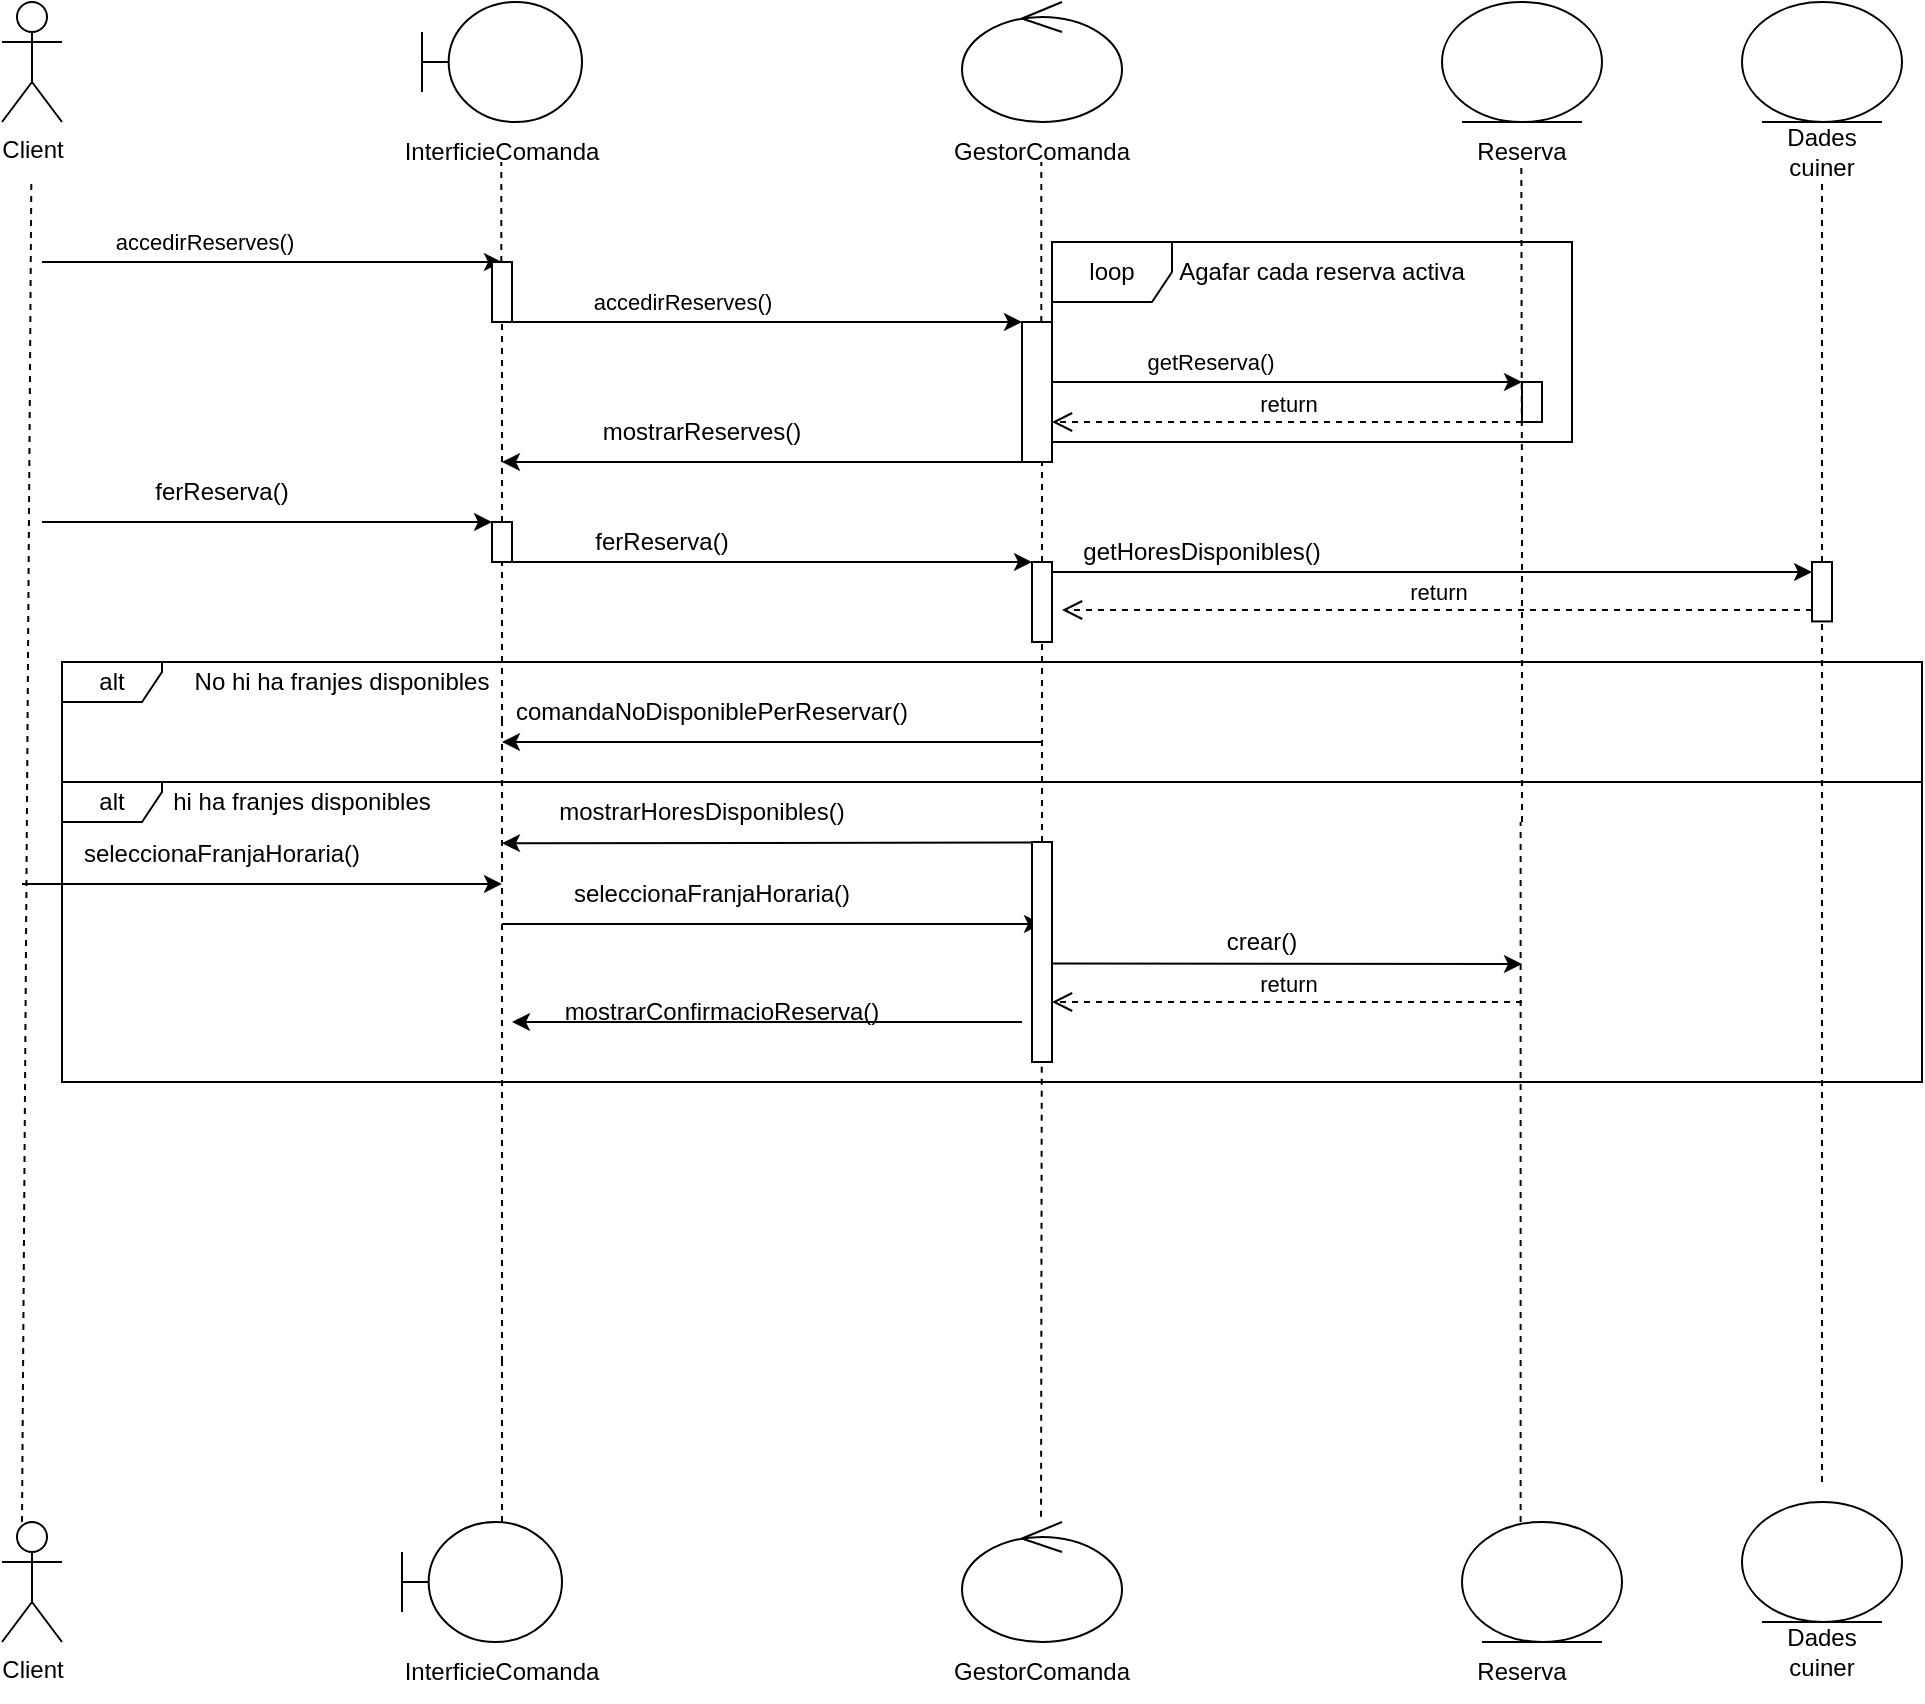
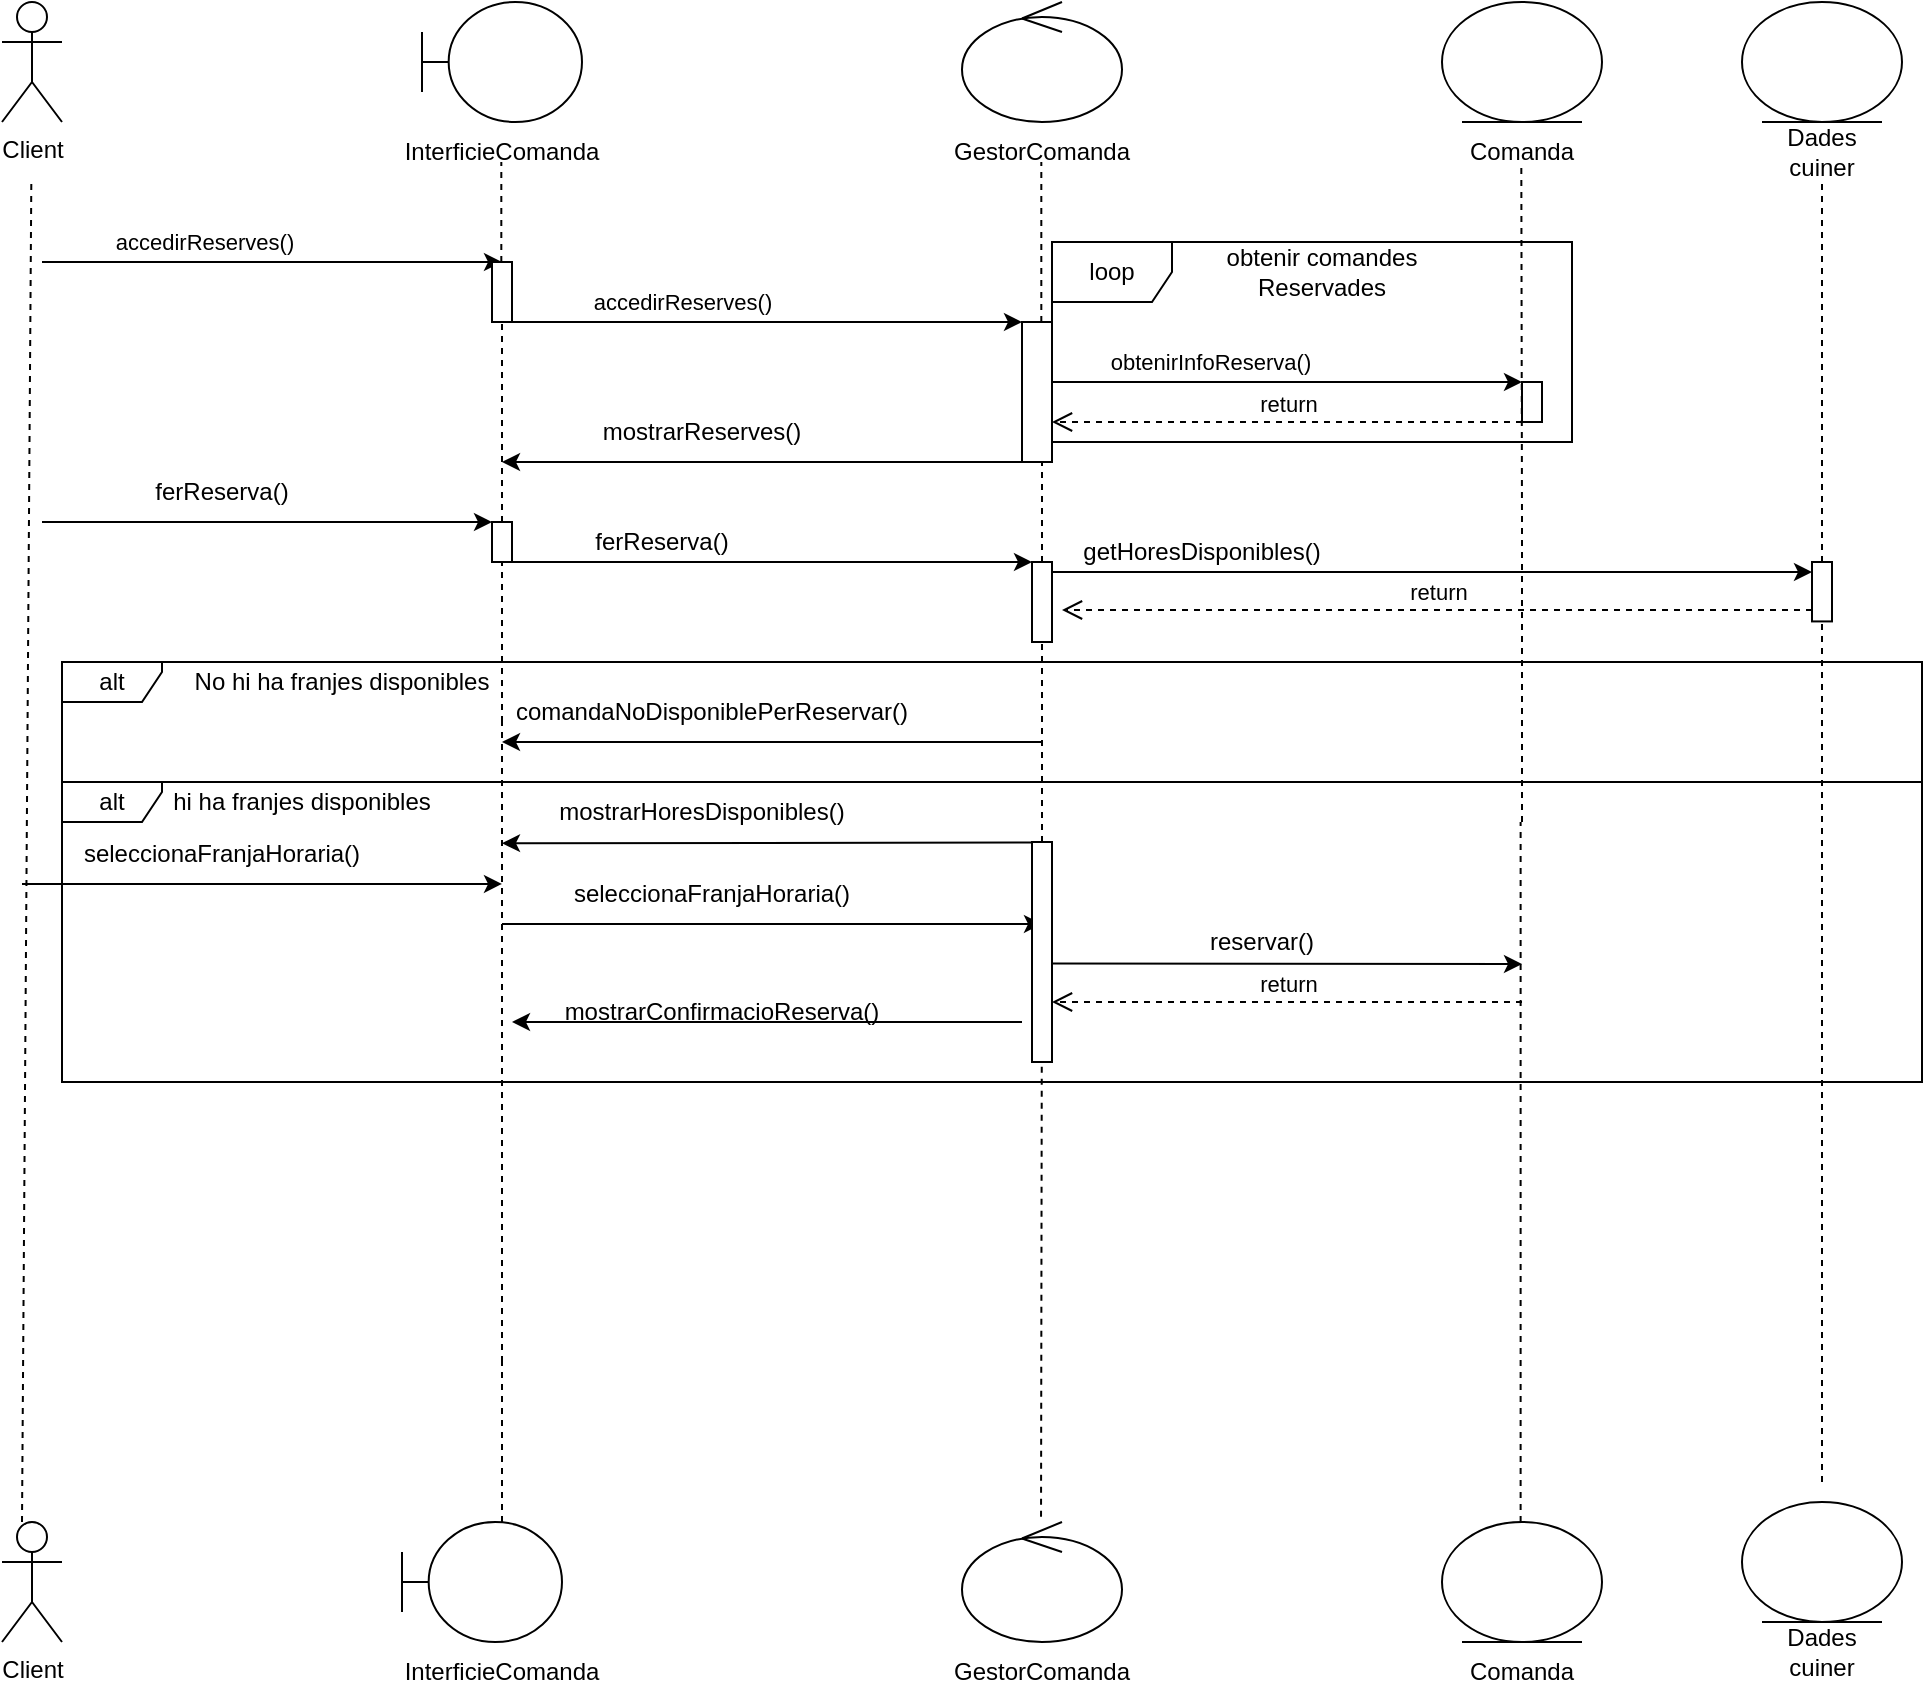
<mxfile host="Electron">
  <diagram name="Página-1" id="TxmDVclD_p9O7EYfB0BK">
-     <mxGraphModel dx="1824" dy="1185" grid="1" gridSize="10" guides="1" tooltips="1" connect="1" arrows="1" fold="1" page="1" pageScale="1" pageWidth="827" pageHeight="1169" math="0" shadow="0">
+     <mxGraphModel dx="1688" dy="1001" grid="1" gridSize="10" guides="1" tooltips="1" connect="1" arrows="1" fold="1" page="1" pageScale="1" pageWidth="827" pageHeight="1169" math="0" shadow="0">
      <root>
        <mxCell id="0" />
        <mxCell id="1" parent="0" />
        <mxCell id="XBYXMCrD7QE5n-aeFItB-1" parent="1" style="shape=umlActor;verticalLabelPosition=bottom;verticalAlign=top;html=1;outlineConnect=0;" value="Client" vertex="1">
          <mxGeometry height="60" width="30" x="60" y="70" as="geometry" />
        </mxCell>
        <mxCell id="XBYXMCrD7QE5n-aeFItB-2" edge="1" parent="1" style="endArrow=none;dashed=1;html=1;rounded=0;" value="">
          <mxGeometry height="50" relative="1" width="50" as="geometry">
            <mxPoint x="70" y="830" as="sourcePoint" />
            <mxPoint x="74.66" y="160" as="targetPoint" />
          </mxGeometry>
        </mxCell>
        <mxCell id="XBYXMCrD7QE5n-aeFItB-3" edge="1" parent="1" style="endArrow=classic;html=1;rounded=0;" value="">
          <mxGeometry height="50" relative="1" width="50" as="geometry">
            <mxPoint x="80" y="200" as="sourcePoint" />
            <mxPoint x="310" y="200" as="targetPoint" />
          </mxGeometry>
        </mxCell>
        <mxCell id="XBYXMCrD7QE5n-aeFItB-4" connectable="0" parent="XBYXMCrD7QE5n-aeFItB-3" style="edgeLabel;html=1;align=center;verticalAlign=middle;resizable=0;points=[];" value="&lt;font&gt;accedirReserves()&lt;/font&gt;" vertex="1">
          <mxGeometry relative="1" x="-0.4023" as="geometry">
            <mxPoint x="12" y="-10" as="offset" />
          </mxGeometry>
        </mxCell>
        <mxCell id="XBYXMCrD7QE5n-aeFItB-5" parent="1" style="shape=umlBoundary;whiteSpace=wrap;html=1;" value="" vertex="1">
          <mxGeometry height="60" width="80" x="270" y="70" as="geometry" />
        </mxCell>
        <mxCell id="XBYXMCrD7QE5n-aeFItB-6" parent="1" style="ellipse;shape=umlControl;whiteSpace=wrap;html=1;rotation=0;" value="" vertex="1">
          <mxGeometry height="60" width="80" x="540" y="70" as="geometry" />
        </mxCell>
        <mxCell id="XBYXMCrD7QE5n-aeFItB-7" parent="1" style="ellipse;shape=umlEntity;whiteSpace=wrap;html=1;" value="" vertex="1">
          <mxGeometry height="60" width="80" x="780" y="70" as="geometry" />
        </mxCell>
        <mxCell id="XBYXMCrD7QE5n-aeFItB-8" parent="1" style="text;html=1;whiteSpace=wrap;strokeColor=none;fillColor=none;align=center;verticalAlign=middle;rounded=0;" value="InterficieComanda" vertex="1">
          <mxGeometry height="30" width="60" x="280" y="130" as="geometry" />
        </mxCell>
        <mxCell id="XBYXMCrD7QE5n-aeFItB-9" parent="1" style="text;html=1;whiteSpace=wrap;strokeColor=none;fillColor=none;align=center;verticalAlign=middle;rounded=0;" value="GestorComanda" vertex="1">
          <mxGeometry height="30" width="60" x="550" y="130" as="geometry" />
        </mxCell>
-         <mxCell id="XBYXMCrD7QE5n-aeFItB-10" parent="1" style="text;html=1;whiteSpace=wrap;strokeColor=none;fillColor=none;align=center;verticalAlign=middle;rounded=0;" value="Reserva" vertex="1">
+         <mxCell id="XBYXMCrD7QE5n-aeFItB-10" parent="1" style="text;html=1;whiteSpace=wrap;strokeColor=none;fillColor=none;align=center;verticalAlign=middle;rounded=0;" value="Comanda" vertex="1">
          <mxGeometry height="30" width="60" x="790" y="130" as="geometry" />
        </mxCell>
        <mxCell id="XBYXMCrD7QE5n-aeFItB-11" edge="1" parent="1" source="XBYXMCrD7QE5n-aeFItB-19" style="endArrow=none;dashed=1;html=1;rounded=0;" value="">
          <mxGeometry height="50" relative="1" width="50" as="geometry">
            <mxPoint x="309.65999999999997" y="450" as="sourcePoint" />
            <mxPoint x="309.65999999999997" y="150" as="targetPoint" />
          </mxGeometry>
        </mxCell>
        <mxCell id="XBYXMCrD7QE5n-aeFItB-12" edge="1" parent="1" source="XBYXMCrD7QE5n-aeFItB-21" style="endArrow=none;dashed=1;html=1;rounded=0;" value="">
          <mxGeometry height="50" relative="1" width="50" as="geometry">
            <mxPoint x="579.66" y="450" as="sourcePoint" />
            <mxPoint x="579.66" y="150" as="targetPoint" />
          </mxGeometry>
        </mxCell>
        <mxCell id="XBYXMCrD7QE5n-aeFItB-13" edge="1" parent="1" style="endArrow=none;dashed=1;html=1;rounded=0;" value="">
          <mxGeometry height="50" relative="1" width="50" as="geometry">
            <mxPoint x="820" y="330" as="sourcePoint" />
            <mxPoint x="819.66" y="150" as="targetPoint" />
          </mxGeometry>
        </mxCell>
        <mxCell id="XBYXMCrD7QE5n-aeFItB-14" edge="1" parent="1" style="endArrow=classic;html=1;rounded=0;" target="XBYXMCrD7QE5n-aeFItB-21" value="">
          <mxGeometry height="50" relative="1" width="50" as="geometry">
            <mxPoint x="310" y="230" as="sourcePoint" />
            <mxPoint x="580" y="230" as="targetPoint" />
          </mxGeometry>
        </mxCell>
        <mxCell id="XBYXMCrD7QE5n-aeFItB-15" connectable="0" parent="XBYXMCrD7QE5n-aeFItB-14" style="edgeLabel;html=1;align=center;verticalAlign=middle;resizable=0;points=[];" value="&lt;font&gt;accedirReserves()&lt;/font&gt;" vertex="1">
          <mxGeometry relative="1" x="-0.4023" as="geometry">
            <mxPoint x="12" y="-10" as="offset" />
          </mxGeometry>
        </mxCell>
        <mxCell id="XBYXMCrD7QE5n-aeFItB-16" edge="1" parent="1" style="endArrow=classic;html=1;rounded=0;" value="">
          <mxGeometry height="50" relative="1" width="50" as="geometry">
            <mxPoint x="580" y="260" as="sourcePoint" />
            <mxPoint x="820" y="260" as="targetPoint" />
          </mxGeometry>
        </mxCell>
-         <mxCell id="XBYXMCrD7QE5n-aeFItB-17" connectable="0" parent="XBYXMCrD7QE5n-aeFItB-16" style="edgeLabel;html=1;align=center;verticalAlign=middle;resizable=0;points=[];" value="&lt;font&gt;getReserva()&lt;/font&gt;" vertex="1">
+         <mxCell id="XBYXMCrD7QE5n-aeFItB-17" connectable="0" parent="XBYXMCrD7QE5n-aeFItB-16" style="edgeLabel;html=1;align=center;verticalAlign=middle;resizable=0;points=[];" value="&lt;font&gt;obtenirInfoReserva()&lt;/font&gt;" vertex="1">
          <mxGeometry relative="1" x="-0.4023" as="geometry">
            <mxPoint x="12" y="-10" as="offset" />
          </mxGeometry>
        </mxCell>
        <mxCell id="XBYXMCrD7QE5n-aeFItB-18" edge="1" parent="1" source="XBYXMCrD7QE5n-aeFItB-28" style="endArrow=none;dashed=1;html=1;rounded=0;" target="XBYXMCrD7QE5n-aeFItB-19" value="">
          <mxGeometry height="50" relative="1" width="50" as="geometry">
            <mxPoint x="309.65999999999997" y="450" as="sourcePoint" />
            <mxPoint x="309.65999999999997" y="150" as="targetPoint" />
          </mxGeometry>
        </mxCell>
        <mxCell id="XBYXMCrD7QE5n-aeFItB-19" parent="1" style="html=1;points=[[0,0,0,0,5],[0,1,0,0,-5],[1,0,0,0,5],[1,1,0,0,-5]];perimeter=orthogonalPerimeter;outlineConnect=0;targetShapes=umlLifeline;portConstraint=eastwest;newEdgeStyle={&quot;curved&quot;:0,&quot;rounded&quot;:0};" value="" vertex="1">
          <mxGeometry height="30" width="10" x="305" y="200" as="geometry" />
        </mxCell>
        <mxCell id="XBYXMCrD7QE5n-aeFItB-20" edge="1" parent="1" source="XBYXMCrD7QE5n-aeFItB-32" style="endArrow=none;dashed=1;html=1;rounded=0;" target="XBYXMCrD7QE5n-aeFItB-21" value="">
          <mxGeometry height="50" relative="1" width="50" as="geometry">
            <mxPoint x="579.66" y="450" as="sourcePoint" />
            <mxPoint x="579.66" y="150" as="targetPoint" />
          </mxGeometry>
        </mxCell>
        <mxCell id="XBYXMCrD7QE5n-aeFItB-21" parent="1" style="html=1;points=[[0,0,0,0,5],[0,1,0,0,-5],[1,0,0,0,5],[1,1,0,0,-5]];perimeter=orthogonalPerimeter;outlineConnect=0;targetShapes=umlLifeline;portConstraint=eastwest;newEdgeStyle={&quot;curved&quot;:0,&quot;rounded&quot;:0};" value="" vertex="1">
          <mxGeometry height="70" width="15" x="570" y="230" as="geometry" />
        </mxCell>
        <mxCell id="XBYXMCrD7QE5n-aeFItB-22" edge="1" parent="1" style="html=1;verticalAlign=bottom;endArrow=open;dashed=1;endSize=8;curved=0;rounded=0;" target="XBYXMCrD7QE5n-aeFItB-21" value="return">
          <mxGeometry relative="1" as="geometry">
            <mxPoint x="820" y="280" as="sourcePoint" />
            <mxPoint x="740" y="280" as="targetPoint" />
          </mxGeometry>
        </mxCell>
        <mxCell id="XBYXMCrD7QE5n-aeFItB-23" edge="1" parent="1" style="endArrow=classic;html=1;rounded=0;" value="">
          <mxGeometry height="50" relative="1" width="50" as="geometry">
            <mxPoint x="570" y="300" as="sourcePoint" />
            <mxPoint x="310" y="300" as="targetPoint" />
          </mxGeometry>
        </mxCell>
        <mxCell id="XBYXMCrD7QE5n-aeFItB-24" parent="1" style="text;html=1;whiteSpace=wrap;strokeColor=none;fillColor=none;align=center;verticalAlign=middle;rounded=0;" value="mostrarReserves()" vertex="1">
          <mxGeometry height="30" width="60" x="380" y="270" as="geometry" />
        </mxCell>
        <mxCell id="XBYXMCrD7QE5n-aeFItB-25" edge="1" parent="1" style="endArrow=classic;html=1;rounded=0;" target="XBYXMCrD7QE5n-aeFItB-28" value="">
          <mxGeometry height="50" relative="1" width="50" as="geometry">
            <mxPoint x="80" y="330" as="sourcePoint" />
            <mxPoint x="300" y="330" as="targetPoint" />
          </mxGeometry>
        </mxCell>
        <mxCell id="XBYXMCrD7QE5n-aeFItB-26" parent="1" style="text;html=1;whiteSpace=wrap;strokeColor=none;fillColor=none;align=center;verticalAlign=middle;rounded=0;" value="ferReserva()" vertex="1">
          <mxGeometry height="30" width="60" x="140" y="300" as="geometry" />
        </mxCell>
        <mxCell id="XBYXMCrD7QE5n-aeFItB-27" edge="1" parent="1" style="endArrow=none;dashed=1;html=1;rounded=0;" target="XBYXMCrD7QE5n-aeFItB-28" value="">
          <mxGeometry height="50" relative="1" width="50" as="geometry">
            <mxPoint x="310" y="430" as="sourcePoint" />
            <mxPoint x="310" y="230" as="targetPoint" />
          </mxGeometry>
        </mxCell>
        <mxCell id="XBYXMCrD7QE5n-aeFItB-28" parent="1" style="html=1;points=[[0,0,0,0,5],[0,1,0,0,-5],[1,0,0,0,5],[1,1,0,0,-5]];perimeter=orthogonalPerimeter;outlineConnect=0;targetShapes=umlLifeline;portConstraint=eastwest;newEdgeStyle={&quot;curved&quot;:0,&quot;rounded&quot;:0};" value="" vertex="1">
          <mxGeometry height="20" width="10" x="305" y="330" as="geometry" />
        </mxCell>
        <mxCell id="XBYXMCrD7QE5n-aeFItB-29" edge="1" parent="1" style="endArrow=classic;html=1;rounded=0;" target="XBYXMCrD7QE5n-aeFItB-32" value="">
          <mxGeometry height="50" relative="1" width="50" as="geometry">
            <mxPoint x="314" y="350" as="sourcePoint" />
            <mxPoint x="580" y="350" as="targetPoint" />
          </mxGeometry>
        </mxCell>
        <mxCell id="XBYXMCrD7QE5n-aeFItB-30" parent="1" style="text;html=1;whiteSpace=wrap;strokeColor=none;fillColor=none;align=center;verticalAlign=middle;rounded=0;" value="ferReserva()" vertex="1">
          <mxGeometry height="30" width="60" x="360" y="325" as="geometry" />
        </mxCell>
        <mxCell id="XBYXMCrD7QE5n-aeFItB-31" edge="1" parent="1" source="XBYXMCrD7QE5n-aeFItB-68" style="endArrow=none;dashed=1;html=1;rounded=0;" target="XBYXMCrD7QE5n-aeFItB-32" value="">
          <mxGeometry height="50" relative="1" width="50" as="geometry">
            <mxPoint x="580" y="540" as="sourcePoint" />
            <mxPoint x="580" y="300" as="targetPoint" />
          </mxGeometry>
        </mxCell>
        <mxCell id="XBYXMCrD7QE5n-aeFItB-32" parent="1" style="html=1;points=[[0,0,0,0,5],[0,1,0,0,-5],[1,0,0,0,5],[1,1,0,0,-5]];perimeter=orthogonalPerimeter;outlineConnect=0;targetShapes=umlLifeline;portConstraint=eastwest;newEdgeStyle={&quot;curved&quot;:0,&quot;rounded&quot;:0};" value="" vertex="1">
          <mxGeometry height="40" width="10" x="575" y="350" as="geometry" />
        </mxCell>
        <mxCell id="XBYXMCrD7QE5n-aeFItB-35" parent="1" style="html=1;points=[[0,0,0,0,5],[0,1,0,0,-5],[1,0,0,0,5],[1,1,0,0,-5]];perimeter=orthogonalPerimeter;outlineConnect=0;targetShapes=umlLifeline;portConstraint=eastwest;newEdgeStyle={&quot;curved&quot;:0,&quot;rounded&quot;:0};" value="" vertex="1">
          <mxGeometry height="20" width="10" x="820" y="260" as="geometry" />
        </mxCell>
        <mxCell id="XBYXMCrD7QE5n-aeFItB-36" edge="1" parent="1" style="endArrow=none;dashed=1;html=1;rounded=0;" value="">
          <mxGeometry height="50" relative="1" width="50" as="geometry">
            <mxPoint x="820" y="480" as="sourcePoint" />
            <mxPoint x="820" y="325" as="targetPoint" />
          </mxGeometry>
        </mxCell>
        <mxCell id="XBYXMCrD7QE5n-aeFItB-38" edge="1" parent="1" source="XBYXMCrD7QE5n-aeFItB-37" style="html=1;verticalAlign=bottom;endArrow=open;dashed=1;endSize=8;curved=0;rounded=0;entryX=1.5;entryY=0.6;entryDx=0;entryDy=0;entryPerimeter=0;" target="XBYXMCrD7QE5n-aeFItB-32" value="return">
          <mxGeometry relative="1" as="geometry">
            <mxPoint x="815" y="380" as="sourcePoint" />
            <mxPoint x="735" y="380" as="targetPoint" />
          </mxGeometry>
        </mxCell>
        <mxCell id="XBYXMCrD7QE5n-aeFItB-39" edge="1" parent="1" style="endArrow=classic;html=1;rounded=0;" value="">
          <mxGeometry height="50" relative="1" width="50" as="geometry">
            <mxPoint x="575" y="490.29000000000013" as="sourcePoint" />
            <mxPoint x="310" y="490.5800000000001" as="targetPoint" />
          </mxGeometry>
        </mxCell>
        <mxCell id="XBYXMCrD7QE5n-aeFItB-40" parent="1" style="text;html=1;whiteSpace=wrap;strokeColor=none;fillColor=none;align=center;verticalAlign=middle;rounded=0;" value="mostrarHoresDisponibles()" vertex="1">
          <mxGeometry height="30" width="60" x="380" y="460.00000000000006" as="geometry" />
        </mxCell>
        <mxCell id="XBYXMCrD7QE5n-aeFItB-43" edge="1" parent="1" style="endArrow=none;dashed=1;html=1;rounded=0;" value="">
          <mxGeometry height="50" relative="1" width="50" as="geometry">
            <mxPoint x="309.9999999999998" y="570" as="sourcePoint" />
            <mxPoint x="310" y="430" as="targetPoint" />
          </mxGeometry>
        </mxCell>
        <mxCell id="XBYXMCrD7QE5n-aeFItB-44" edge="1" parent="1" source="XBYXMCrD7QE5n-aeFItB-82" style="endArrow=none;dashed=1;html=1;rounded=0;exitX=0.494;exitY=-0.044;exitDx=0;exitDy=0;exitPerimeter=0;" value="">
          <mxGeometry height="50" relative="1" width="50" as="geometry">
            <mxPoint x="580" y="690" as="sourcePoint" />
            <mxPoint x="579.9999999999998" y="530" as="targetPoint" />
          </mxGeometry>
        </mxCell>
        <mxCell id="XBYXMCrD7QE5n-aeFItB-48" edge="1" parent="1" style="endArrow=none;dashed=1;html=1;rounded=0;" value="">
          <mxGeometry height="50" relative="1" width="50" as="geometry">
            <mxPoint x="819.31" y="830" as="sourcePoint" />
            <mxPoint x="819.3100000000002" y="480" as="targetPoint" />
          </mxGeometry>
        </mxCell>
        <mxCell id="XBYXMCrD7QE5n-aeFItB-65" edge="1" parent="1" style="endArrow=none;dashed=1;html=1;rounded=0;" value="">
          <mxGeometry height="50" relative="1" width="50" as="geometry">
            <mxPoint x="310" y="750" as="sourcePoint" />
            <mxPoint x="310" y="570" as="targetPoint" />
          </mxGeometry>
        </mxCell>
        <mxCell id="XBYXMCrD7QE5n-aeFItB-78" edge="1" parent="1" style="endArrow=none;dashed=1;html=1;rounded=0;" value="">
          <mxGeometry height="50" relative="1" width="50" as="geometry">
            <mxPoint x="310" y="830" as="sourcePoint" />
            <mxPoint x="310" y="750" as="targetPoint" />
          </mxGeometry>
        </mxCell>
        <mxCell id="XBYXMCrD7QE5n-aeFItB-80" parent="1" style="shape=umlActor;verticalLabelPosition=bottom;verticalAlign=top;html=1;outlineConnect=0;" value="Client" vertex="1">
          <mxGeometry height="60" width="30" x="60" y="830" as="geometry" />
        </mxCell>
        <mxCell id="XBYXMCrD7QE5n-aeFItB-81" parent="1" style="shape=umlBoundary;whiteSpace=wrap;html=1;" value="" vertex="1">
          <mxGeometry height="60" width="80" x="260" y="830" as="geometry" />
        </mxCell>
        <mxCell id="XBYXMCrD7QE5n-aeFItB-82" parent="1" style="ellipse;shape=umlControl;whiteSpace=wrap;html=1;rotation=0;" value="" vertex="1">
          <mxGeometry height="60" width="80" x="540" y="830" as="geometry" />
        </mxCell>
        <mxCell id="XBYXMCrD7QE5n-aeFItB-83" parent="1" style="ellipse;shape=umlEntity;whiteSpace=wrap;html=1;" value="" vertex="1">
-           <mxGeometry height="60" width="80" x="790" y="830" as="geometry" />
+           <mxGeometry height="60" width="80" x="780" y="830" as="geometry" />
        </mxCell>
        <mxCell id="XBYXMCrD7QE5n-aeFItB-84" parent="1" style="text;html=1;whiteSpace=wrap;strokeColor=none;fillColor=none;align=center;verticalAlign=middle;rounded=0;" value="InterficieComanda" vertex="1">
          <mxGeometry height="30" width="60" x="280" y="890" as="geometry" />
        </mxCell>
        <mxCell id="XBYXMCrD7QE5n-aeFItB-85" parent="1" style="text;html=1;whiteSpace=wrap;strokeColor=none;fillColor=none;align=center;verticalAlign=middle;rounded=0;" value="GestorComanda" vertex="1">
          <mxGeometry height="30" width="60" x="550" y="890" as="geometry" />
        </mxCell>
-         <mxCell id="XBYXMCrD7QE5n-aeFItB-86" parent="1" style="text;html=1;whiteSpace=wrap;strokeColor=none;fillColor=none;align=center;verticalAlign=middle;rounded=0;" value="Reserva" vertex="1">
+         <mxCell id="XBYXMCrD7QE5n-aeFItB-86" parent="1" style="text;html=1;whiteSpace=wrap;strokeColor=none;fillColor=none;align=center;verticalAlign=middle;rounded=0;" value="Comanda" vertex="1">
          <mxGeometry height="30" width="60" x="790" y="890" as="geometry" />
        </mxCell>
        <mxCell id="XBYXMCrD7QE5n-aeFItB-90" parent="1" style="ellipse;shape=umlEntity;whiteSpace=wrap;html=1;" value="" vertex="1">
          <mxGeometry height="60" width="80" x="930" y="70" as="geometry" />
        </mxCell>
        <mxCell id="XBYXMCrD7QE5n-aeFItB-91" parent="1" style="text;html=1;whiteSpace=wrap;strokeColor=none;fillColor=none;align=center;verticalAlign=middle;rounded=0;" value="Dades cuiner" vertex="1">
          <mxGeometry height="30" width="60" x="940" y="130" as="geometry" />
        </mxCell>
        <mxCell id="XBYXMCrD7QE5n-aeFItB-93" parent="1" style="ellipse;shape=umlEntity;whiteSpace=wrap;html=1;" value="" vertex="1">
          <mxGeometry height="60" width="80" x="930" y="820" as="geometry" />
        </mxCell>
        <mxCell id="XBYXMCrD7QE5n-aeFItB-94" parent="1" style="text;html=1;whiteSpace=wrap;strokeColor=none;fillColor=none;align=center;verticalAlign=middle;rounded=0;" value="Dades cuiner" vertex="1">
          <mxGeometry height="30" width="60" x="940" y="880" as="geometry" />
        </mxCell>
        <mxCell id="XBYXMCrD7QE5n-aeFItB-96" edge="1" parent="1" source="XBYXMCrD7QE5n-aeFItB-37" style="endArrow=none;dashed=1;html=1;rounded=0;" value="">
          <mxGeometry height="50" relative="1" width="50" as="geometry">
            <mxPoint x="970" y="810" as="sourcePoint" />
            <mxPoint x="970" y="160" as="targetPoint" />
          </mxGeometry>
        </mxCell>
        <mxCell id="XBYXMCrD7QE5n-aeFItB-97" parent="1" style="shape=umlFrame;whiteSpace=wrap;html=1;pointerEvents=0;" value="loop" vertex="1">
          <mxGeometry height="100" width="260" x="585" y="190" as="geometry" />
        </mxCell>
-         <mxCell id="XBYXMCrD7QE5n-aeFItB-98" parent="1" style="text;html=1;whiteSpace=wrap;strokeColor=none;fillColor=none;align=center;verticalAlign=middle;rounded=0;" value="Agafar cada reserva activa" vertex="1">
+         <mxCell id="XBYXMCrD7QE5n-aeFItB-98" parent="1" style="text;html=1;whiteSpace=wrap;strokeColor=none;fillColor=none;align=center;verticalAlign=middle;rounded=0;" value="obtenir comandes Reservades" vertex="1">
          <mxGeometry height="30" width="150" x="645" y="190" as="geometry" />
        </mxCell>
        <mxCell id="XBYXMCrD7QE5n-aeFItB-100" edge="1" parent="1" style="endArrow=none;dashed=1;html=1;rounded=0;" target="XBYXMCrD7QE5n-aeFItB-37" value="">
          <mxGeometry height="50" relative="1" width="50" as="geometry">
            <mxPoint x="970" y="810" as="sourcePoint" />
            <mxPoint x="970" y="160" as="targetPoint" />
          </mxGeometry>
        </mxCell>
        <mxCell id="XBYXMCrD7QE5n-aeFItB-37" parent="1" style="html=1;points=[[0,0,0,0,5],[0,1,0,0,-5],[1,0,0,0,5],[1,1,0,0,-5]];perimeter=orthogonalPerimeter;outlineConnect=0;targetShapes=umlLifeline;portConstraint=eastwest;newEdgeStyle={&quot;curved&quot;:0,&quot;rounded&quot;:0};" value="" vertex="1">
          <mxGeometry height="29.71" width="10" x="965" y="350" as="geometry" />
        </mxCell>
        <mxCell id="XBYXMCrD7QE5n-aeFItB-101" edge="1" parent="1" style="endArrow=none;dashed=1;html=1;rounded=0;" value="">
          <mxGeometry height="50" relative="1" width="50" as="geometry">
            <mxPoint x="820" y="480" as="sourcePoint" />
            <mxPoint x="820" y="480" as="targetPoint" />
          </mxGeometry>
        </mxCell>
        <mxCell id="XBYXMCrD7QE5n-aeFItB-102" edge="1" parent="1" style="endArrow=classic;html=1;rounded=0;entryX=0;entryY=0;entryDx=0;entryDy=5;entryPerimeter=0;" target="XBYXMCrD7QE5n-aeFItB-37" value="">
          <mxGeometry height="50" relative="1" width="50" as="geometry">
            <mxPoint x="585" y="355" as="sourcePoint" />
            <mxPoint x="970" y="360" as="targetPoint" />
          </mxGeometry>
        </mxCell>
        <mxCell id="XBYXMCrD7QE5n-aeFItB-103" parent="1" style="text;html=1;whiteSpace=wrap;strokeColor=none;fillColor=none;align=center;verticalAlign=middle;rounded=0;" value="getHoresDisponibles()" vertex="1">
          <mxGeometry height="30" width="60" x="630" y="330" as="geometry" />
        </mxCell>
        <mxCell id="XBYXMCrD7QE5n-aeFItB-104" edge="1" parent="1" style="endArrow=classic;html=1;rounded=0;" value="">
          <mxGeometry height="50" relative="1" width="50" as="geometry">
            <mxPoint x="70" y="510.97999999999996" as="sourcePoint" />
            <mxPoint x="310" y="510.97999999999996" as="targetPoint" />
          </mxGeometry>
        </mxCell>
        <mxCell id="XBYXMCrD7QE5n-aeFItB-105" parent="1" style="text;html=1;whiteSpace=wrap;strokeColor=none;fillColor=none;align=center;verticalAlign=middle;rounded=0;" value="seleccionaFranjaHoraria()" vertex="1">
          <mxGeometry height="9.71" width="60" x="140" y="490.97999999999996" as="geometry" />
        </mxCell>
        <mxCell id="XBYXMCrD7QE5n-aeFItB-106" edge="1" parent="1" style="endArrow=classic;html=1;rounded=0;" value="">
          <mxGeometry height="50" relative="1" width="50" as="geometry">
            <mxPoint x="310" y="530.9799999999999" as="sourcePoint" />
            <mxPoint x="580" y="530.9799999999999" as="targetPoint" />
          </mxGeometry>
        </mxCell>
        <mxCell id="XBYXMCrD7QE5n-aeFItB-107" parent="1" style="text;html=1;whiteSpace=wrap;strokeColor=none;fillColor=none;align=center;verticalAlign=middle;rounded=0;" value="seleccionaFranjaHoraria()" vertex="1">
          <mxGeometry height="9.71" width="60" x="385" y="510.97999999999996" as="geometry" />
        </mxCell>
        <mxCell id="XBYXMCrD7QE5n-aeFItB-109" parent="1" style="shape=umlFrame;whiteSpace=wrap;html=1;pointerEvents=0;width=50;height=20;" value="alt" vertex="1">
          <mxGeometry height="60" width="930" x="90" y="400" as="geometry" />
        </mxCell>
        <mxCell id="XBYXMCrD7QE5n-aeFItB-110" parent="1" style="text;html=1;whiteSpace=wrap;strokeColor=none;fillColor=none;align=center;verticalAlign=middle;rounded=0;" value="No hi ha franjes disponibles" vertex="1">
          <mxGeometry height="30" width="150" x="155" y="395" as="geometry" />
        </mxCell>
        <mxCell id="XBYXMCrD7QE5n-aeFItB-111" edge="1" parent="1" style="endArrow=classic;html=1;rounded=0;" value="">
          <mxGeometry height="50" relative="1" width="50" as="geometry">
            <mxPoint x="580" y="440" as="sourcePoint" />
            <mxPoint x="310" y="440" as="targetPoint" />
          </mxGeometry>
        </mxCell>
        <mxCell id="XBYXMCrD7QE5n-aeFItB-112" parent="1" style="text;html=1;whiteSpace=wrap;strokeColor=none;fillColor=none;align=center;verticalAlign=middle;rounded=0;" value="comandaNoDisponiblePerReservar()" vertex="1">
          <mxGeometry height="30" width="60" x="385" y="410" as="geometry" />
        </mxCell>
        <mxCell id="XBYXMCrD7QE5n-aeFItB-113" edge="1" parent="1" style="endArrow=none;dashed=1;html=1;rounded=0;" target="XBYXMCrD7QE5n-aeFItB-68" value="">
          <mxGeometry height="50" relative="1" width="50" as="geometry">
            <mxPoint x="580" y="540" as="sourcePoint" />
            <mxPoint x="580" y="390" as="targetPoint" />
          </mxGeometry>
        </mxCell>
        <mxCell id="XBYXMCrD7QE5n-aeFItB-68" parent="1" style="html=1;points=[[0,0,0,0,5],[0,1,0,0,-5],[1,0,0,0,5],[1,1,0,0,-5]];perimeter=orthogonalPerimeter;outlineConnect=0;targetShapes=umlLifeline;portConstraint=eastwest;newEdgeStyle={&quot;curved&quot;:0,&quot;rounded&quot;:0};" value="" vertex="1">
          <mxGeometry height="110" width="10" x="575" y="490" as="geometry" />
        </mxCell>
        <mxCell id="XBYXMCrD7QE5n-aeFItB-114" edge="1" parent="1" style="endArrow=classic;html=1;rounded=0;" value="">
          <mxGeometry height="50" relative="1" width="50" as="geometry">
            <mxPoint x="585" y="550.69" as="sourcePoint" />
            <mxPoint x="820" y="551" as="targetPoint" />
          </mxGeometry>
        </mxCell>
-         <mxCell id="XBYXMCrD7QE5n-aeFItB-115" parent="1" style="text;html=1;whiteSpace=wrap;strokeColor=none;fillColor=none;align=center;verticalAlign=middle;rounded=0;" value="crear()" vertex="1">
+         <mxCell id="XBYXMCrD7QE5n-aeFItB-115" parent="1" style="text;html=1;whiteSpace=wrap;strokeColor=none;fillColor=none;align=center;verticalAlign=middle;rounded=0;" value="reservar()" vertex="1">
          <mxGeometry height="20.83" width="60" x="660" y="530" as="geometry" />
        </mxCell>
        <mxCell id="XBYXMCrD7QE5n-aeFItB-117" edge="1" parent="1" style="html=1;verticalAlign=bottom;endArrow=open;dashed=1;endSize=8;curved=0;rounded=0;" value="return">
          <mxGeometry relative="1" as="geometry">
            <mxPoint x="820" y="570" as="sourcePoint" />
            <mxPoint x="584.9999999999998" y="570" as="targetPoint" />
          </mxGeometry>
        </mxCell>
        <mxCell id="XBYXMCrD7QE5n-aeFItB-118" edge="1" parent="1" source="XBYXMCrD7QE5n-aeFItB-68" style="endArrow=classic;html=1;rounded=0;exitX=-0.5;exitY=0.818;exitDx=0;exitDy=0;exitPerimeter=0;" value="">
          <mxGeometry height="50" relative="1" width="50" as="geometry">
            <mxPoint x="350" y="610" as="sourcePoint" />
            <mxPoint x="314.9999999999998" y="579.98" as="targetPoint" />
          </mxGeometry>
        </mxCell>
        <mxCell id="XBYXMCrD7QE5n-aeFItB-119" parent="1" style="text;html=1;whiteSpace=wrap;strokeColor=none;fillColor=none;align=center;verticalAlign=middle;rounded=0;" value="mostrarConfirmacioReserva()" vertex="1">
          <mxGeometry height="10" width="50" x="395" y="570" as="geometry" />
        </mxCell>
        <mxCell id="XBYXMCrD7QE5n-aeFItB-120" parent="1" style="shape=umlFrame;whiteSpace=wrap;html=1;pointerEvents=0;width=50;height=20;" value="alt" vertex="1">
          <mxGeometry height="150" width="930" x="90" y="460" as="geometry" />
        </mxCell>
        <mxCell id="XBYXMCrD7QE5n-aeFItB-122" parent="1" style="text;html=1;whiteSpace=wrap;strokeColor=none;fillColor=none;align=center;verticalAlign=middle;rounded=0;" value="hi ha franjes disponibles" vertex="1">
          <mxGeometry height="20" width="140" x="140" y="460" as="geometry" />
        </mxCell>
      </root>
    </mxGraphModel>
  </diagram>
</mxfile>
